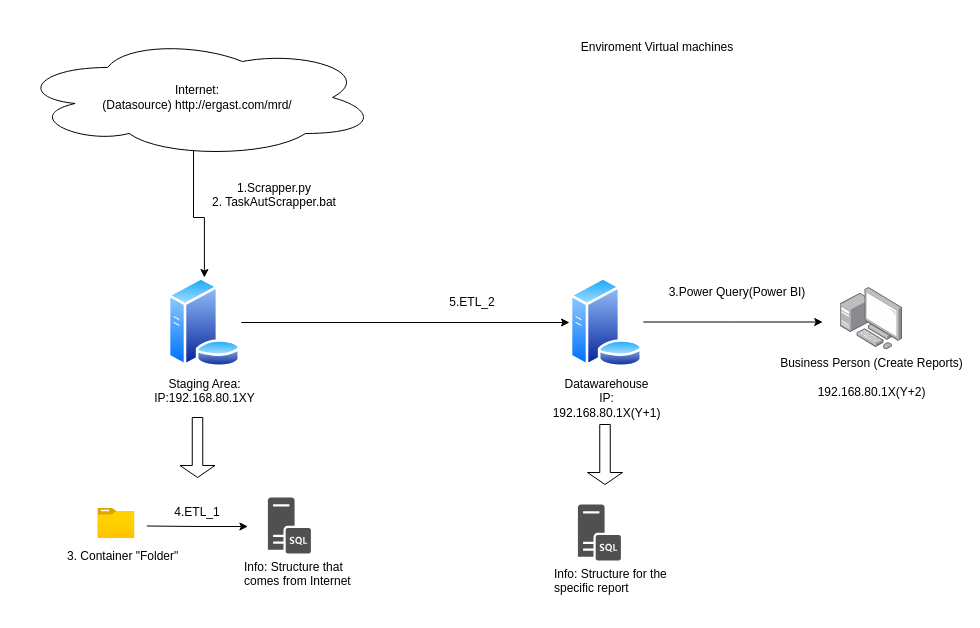
Above: Diagrama sin título.drawio in Mandrakz/Scrap_Python_Project (draw.io), before the change. Source tidied: cells renumbered, new cells numbered last; positions are measured from the earlier drawing's top-left corner, leaving out a move shared by most shapes. Both pictures are drawn from the tidied source at 100%, with x=0, y=0 at pixel (17, 17). Pictures stored in the file or linked from it are replaced by grey dashed boxes.
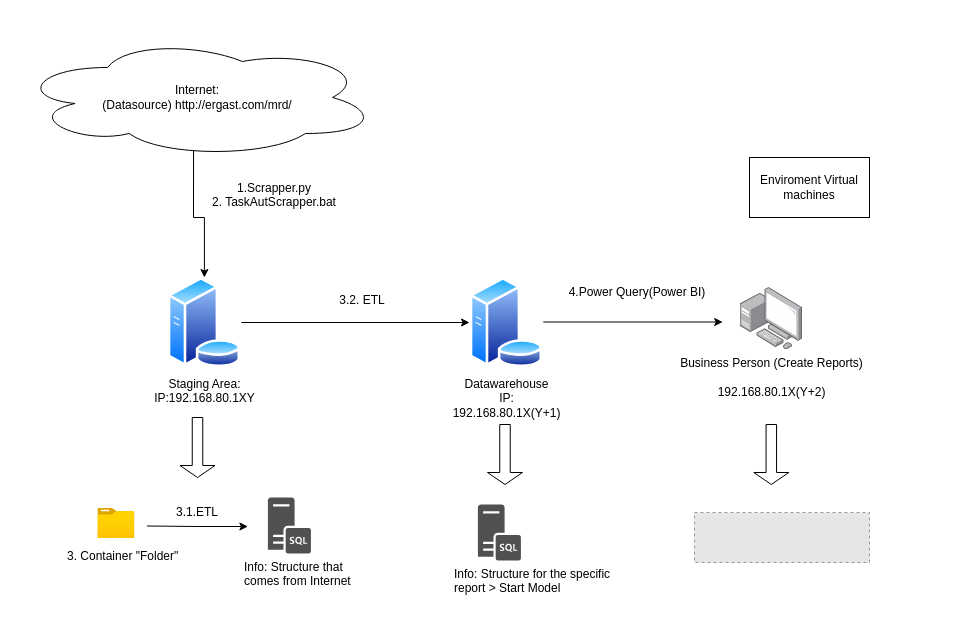
The same diagram, later.

The edit, as a diff of the source:
```diff
@@
-    <mxCell id="6" value="Enviroment Virtual machines" style="text;html=1;strokeColor=none;fillColor=none;align=center;verticalAlign=middle;whiteSpace=wrap;rounded=0;" parent="1" vertex="1">
-      <mxGeometry x="545" width="190" height="60" as="geometry" />
-    </mxCell>
     <mxCell id="7" value="&lt;div&gt;Business Person (Create Reports)&lt;/div&gt;&lt;div&gt;&lt;br&gt;&lt;/div&gt;&lt;div&gt;192.168.80.1X(Y+2)&lt;/div&gt;" style="image;html=1;align=center;shadow=0;dashed=0;image=img/lib/allied_telesis/computer_and_terminals/Personal_Computer_with_Server.svg;" parent="1" vertex="1">
-      <mxGeometry x="822.6" y="270" width="62.4" height="62.4" as="geometry" />
+      <mxGeometry x="722.6" y="270" width="62.4" height="62.4" as="geometry" />
     </mxCell>
     <mxCell id="8" style="edgeStyle=orthogonalEdgeStyle;rounded=0;orthogonalLoop=1;jettySize=auto;html=1;" parent="1" edge="1">
       <mxGeometry relative="1" as="geometry">
-        <mxPoint x="625.8" y="304.5" as="sourcePoint" />
-        <mxPoint x="805.2" y="304.5" as="targetPoint" />
+        <mxPoint x="525.8" y="304.5" as="sourcePoint" />
+        <mxPoint x="705.2" y="304.5" as="targetPoint" />
         <Array as="points">
-          <mxPoint x="715.2" y="304.5" />
-          <mxPoint x="715.2" y="304.5" />
+          <mxPoint x="615.2" y="304.5" />
+          <mxPoint x="615.2" y="304.5" />
         </Array>
       </mxGeometry>
     </mxCell>
     <mxCell id="9" value="&lt;div&gt;Datawarehouse&lt;br&gt;&lt;/div&gt;&lt;div&gt;IP: &lt;br&gt;&lt;/div&gt;192.168.80.1X(Y+1)" style="image;perimeter=ellipsePerimeter;html=1;align=center;shadow=0;dashed=0;spacingTop=3;image=img/lib/active_directory/database_server.svg;" parent="1" vertex="1">
-      <mxGeometry x="552" y="260" width="73.8" height="90" as="geometry" />
+      <mxGeometry x="452" y="260" width="73.8" height="90" as="geometry" />
     </mxCell>
-    <mxCell id="10" value="&lt;div&gt;5.ETL_2&lt;/div&gt;" style="text;html=1;strokeColor=none;fillColor=none;align=center;verticalAlign=middle;whiteSpace=wrap;rounded=0;" parent="1" vertex="1">
-      <mxGeometry x="425" y="270" width="60" height="30" as="geometry" />
+    <mxCell id="10" value="&lt;br&gt;&lt;div&gt;3.2. ETL&lt;br&gt;&lt;/div&gt;" style="text;html=1;strokeColor=none;fillColor=none;align=center;verticalAlign=middle;whiteSpace=wrap;rounded=0;" parent="1" vertex="1">
+      <mxGeometry x="315" y="260" width="60" height="30" as="geometry" />
     </mxCell>
-    <mxCell id="11" value="3.Power Query(Power BI)" style="text;html=1;strokeColor=none;fillColor=none;align=center;verticalAlign=middle;whiteSpace=wrap;rounded=0;" parent="1" vertex="1">
-      <mxGeometry x="645" y="260" width="150" height="30" as="geometry" />
+    <mxCell id="11" value="4.Power Query(Power BI)" style="text;html=1;strokeColor=none;fillColor=none;align=center;verticalAlign=middle;whiteSpace=wrap;rounded=0;" parent="1" vertex="1">
+      <mxGeometry x="545" y="260" width="150" height="30" as="geometry" />
     </mxCell>
@@
-    <mxCell id="17" value="4.ETL_1" style="text;html=1;strokeColor=none;fillColor=none;align=center;verticalAlign=middle;whiteSpace=wrap;rounded=0;" parent="1" vertex="1">
+    <mxCell id="17" value="&lt;div&gt;3.1.ETL&lt;br&gt;&lt;/div&gt;" style="text;html=1;strokeColor=none;fillColor=none;align=center;verticalAlign=middle;whiteSpace=wrap;rounded=0;" parent="1" vertex="1">
       <mxGeometry x="150" y="480" width="60" height="30" as="geometry" />
     </mxCell>
@@
     <mxCell id="20" style="shape=singleArrow;direction=south;whiteSpace=wrap;html=1;" parent="1" vertex="1">
-      <mxGeometry x="570" y="407" width="35" height="60" as="geometry" />
+      <mxGeometry x="470" y="407" width="35" height="60" as="geometry" />
     </mxCell>
     <mxCell id="21" style="sketch=0;shadow=0;dashed=0;html=1;strokeColor=none;fillColor=#505050;labelPosition=center;verticalLabelPosition=bottom;verticalAlign=top;align=center;shape=mxgraph.office.servers.sql_server;" parent="1" vertex="1">
-      <mxGeometry x="560.4" y="487" width="43" height="56" as="geometry" />
+      <mxGeometry x="460.4" y="487" width="43" height="56" as="geometry" />
     </mxCell>
-    <mxCell id="22" value="Info: Structure for the specific report" style="text;whiteSpace=wrap;html=1;" parent="1" vertex="1">
-      <mxGeometry x="535" y="543" width="117.5" height="40" as="geometry" />
+    <mxCell id="22" value="&lt;div&gt;Info: Structure for the specific report &amp;gt; Start Model&lt;/div&gt;&lt;div&gt;&lt;br&gt;&lt;/div&gt;" style="text;whiteSpace=wrap;html=1;" parent="1" vertex="1">
+      <mxGeometry x="435" y="543" width="170" height="40" as="geometry" />
     </mxCell>
+    <mxCell id="23" style="fillColor=#E6E6E6;strokeColor=#999999;dashed=1;verticalLabelPosition=bottom;labelBackgroundColor=default;verticalAlign=top;" parent="1" vertex="1">
+      <mxGeometry x="677" y="495" width="175" height="50" as="geometry" />
+    </mxCell>
+    <mxCell id="24" style="shape=singleArrow;direction=south;whiteSpace=wrap;html=1;" parent="1" vertex="1">
+      <mxGeometry x="736.3" y="407" width="35" height="60" as="geometry" />
+    </mxCell>
+    <mxCell id="6" value="&lt;div&gt;Enviroment Virtual machines&lt;/div&gt;" style="rounded=0;whiteSpace=wrap;html=1;" parent="1" vertex="1">
+      <mxGeometry x="732" y="140" width="120" height="60" as="geometry" />
+    </mxCell>
```
